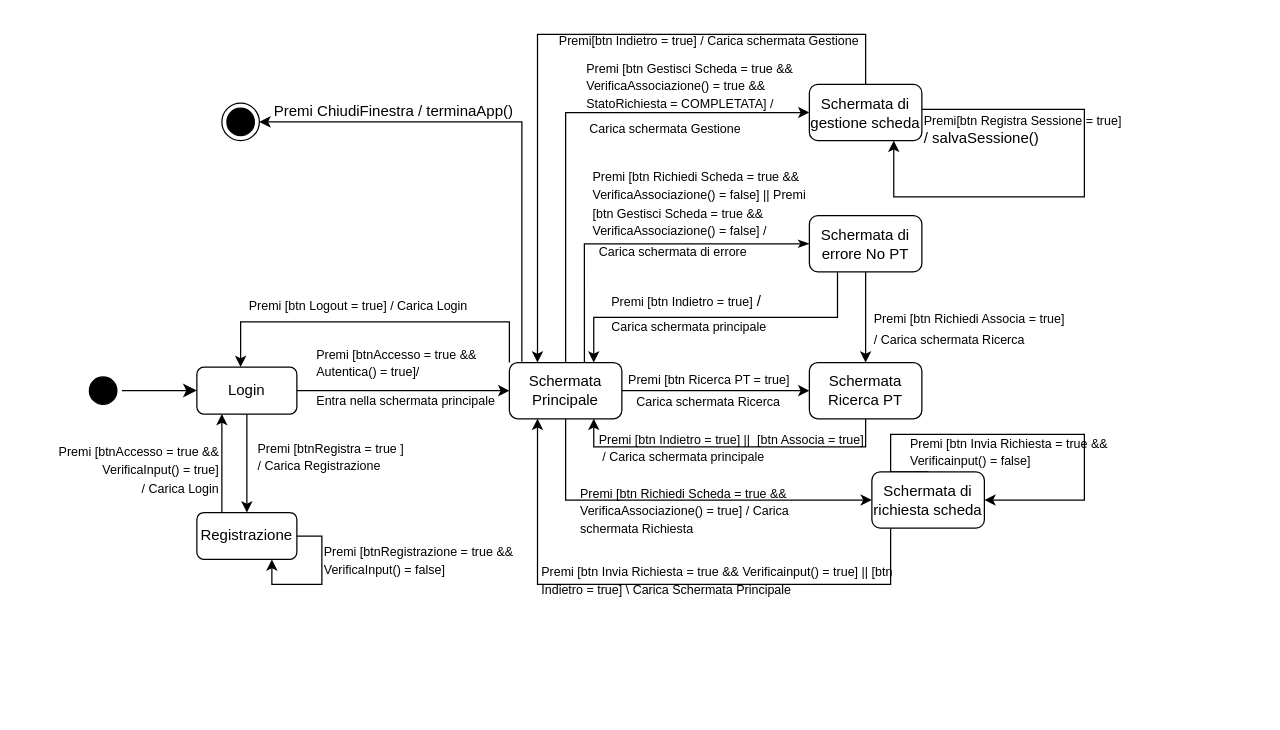
Above: StateDiagram/StateDiagram.drawio in FedericoSib/FitPlan (draw.io), before the change. Source tidied: cells renumbered, new cells numbered last; positions are measured from the earlier drawing's top-left corner, leaving out a move shared by most shapes. Both pictures are drawn from the tidied source at 125%, with x=0, y=0 at pixel (21, 21).
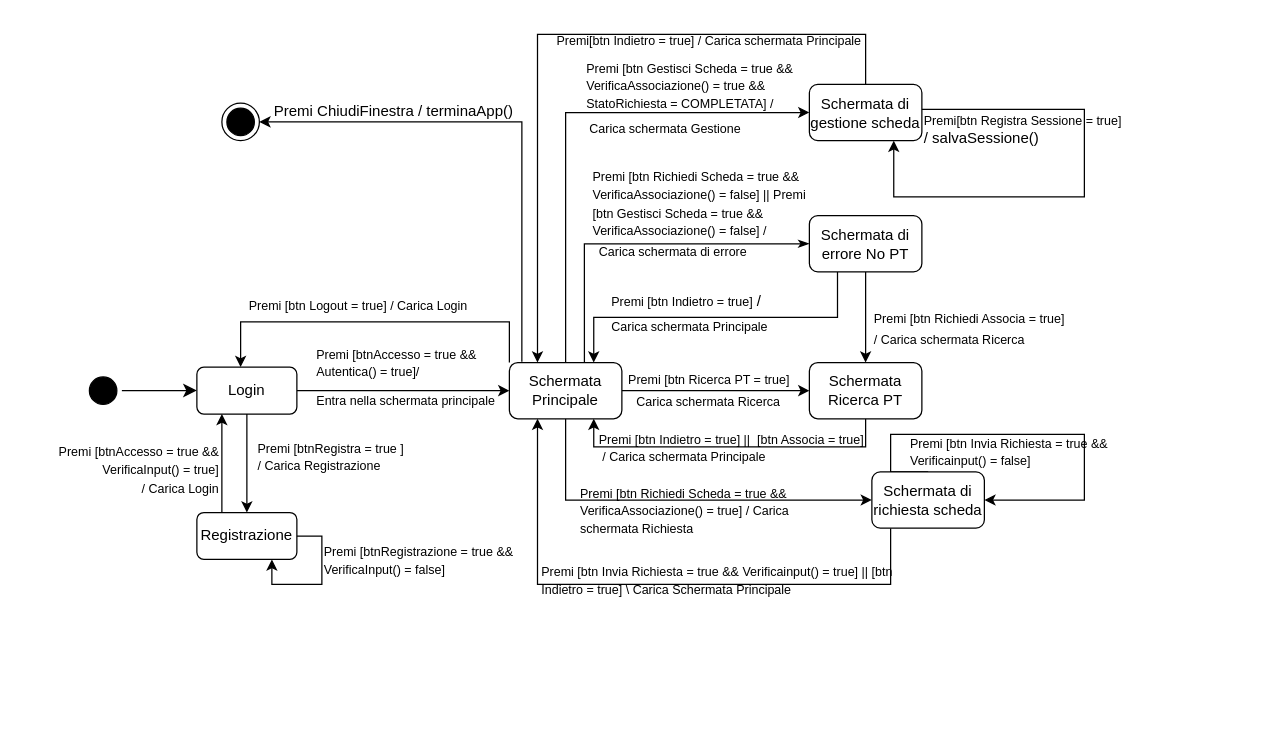
After the change.

What changed in the source:
```diff
@@
-    <mxCell id="32" value="&lt;font style=&quot;font-size: 10px;&quot;&gt;Carica schermata principale&lt;/font&gt;" style="text;whiteSpace=wrap;html=1;" parent="1" vertex="1">
+    <mxCell id="32" value="&lt;font style=&quot;font-size: 10px;&quot;&gt;Carica schermata Principale&lt;/font&gt;" style="text;whiteSpace=wrap;html=1;" parent="1" vertex="1">
       <mxGeometry x="470" y="230" width="160" height="40" as="geometry" />
     </mxCell>
@@
-    <mxCell id="38" value="&lt;div align=&quot;left&quot;&gt;&lt;font style=&quot;font-size: 10px;&quot;&gt;Premi [btn Indietro = true] ||&amp;nbsp;&amp;nbsp;&lt;/font&gt;&lt;font style=&quot;font-size: 10px;&quot;&gt;[btn Associa = true]&lt;/font&gt;&lt;/div&gt;&lt;div align=&quot;left&quot;&gt;&lt;font style=&quot;font-size: 10px;&quot;&gt;&amp;nbsp;/&amp;nbsp;&lt;/font&gt;&lt;font style=&quot;font-size: 10px;&quot;&gt;Carica schermata principale&lt;/font&gt;&lt;font style=&quot;font-size: 10px;&quot;&gt;&amp;nbsp;&lt;/font&gt;&lt;div align=&quot;left&quot;&gt;&lt;br&gt;&lt;br&gt;&lt;/div&gt;&lt;/div&gt;&lt;div align=&quot;left&quot;&gt;&lt;br&gt;&lt;/div&gt;" style="text;whiteSpace=wrap;html=1;" parent="1" vertex="1">
+    <mxCell id="38" value="&lt;div align=&quot;left&quot;&gt;&lt;font style=&quot;font-size: 10px;&quot;&gt;Premi [btn Indietro = true] ||&amp;nbsp;&amp;nbsp;&lt;/font&gt;&lt;font style=&quot;font-size: 10px;&quot;&gt;[btn Associa = true]&lt;/font&gt;&lt;/div&gt;&lt;div align=&quot;left&quot;&gt;&lt;font style=&quot;font-size: 10px;&quot;&gt;&amp;nbsp;/&amp;nbsp;&lt;/font&gt;&lt;font style=&quot;font-size: 10px;&quot;&gt;Carica schermata Principale&lt;/font&gt;&lt;font style=&quot;font-size: 10px;&quot;&gt;&amp;nbsp;&lt;/font&gt;&lt;div align=&quot;left&quot;&gt;&lt;br&gt;&lt;br&gt;&lt;/div&gt;&lt;/div&gt;&lt;div align=&quot;left&quot;&gt;&lt;br&gt;&lt;/div&gt;" style="text;whiteSpace=wrap;html=1;" parent="1" vertex="1">
       <mxGeometry x="460" y="320" width="410" height="30" as="geometry" />
     </mxCell>
-    <mxCell id="39" value="&lt;font style=&quot;font-size: 10px;&quot;&gt;Premi[btn Indietro = true] / Carica schermata Gestione&lt;/font&gt;" style="text;html=1;whiteSpace=wrap;strokeColor=none;fillColor=none;align=center;verticalAlign=middle;rounded=0;" parent="1" vertex="1">
+    <mxCell id="39" value="&lt;font style=&quot;font-size: 10px;&quot;&gt;Premi[btn Indietro = true] / Carica schermata Principale&lt;/font&gt;" style="text;html=1;whiteSpace=wrap;strokeColor=none;fillColor=none;align=center;verticalAlign=middle;rounded=0;" parent="1" vertex="1">
       <mxGeometry x="390" width="320" height="30" as="geometry" />
     </mxCell>
```
